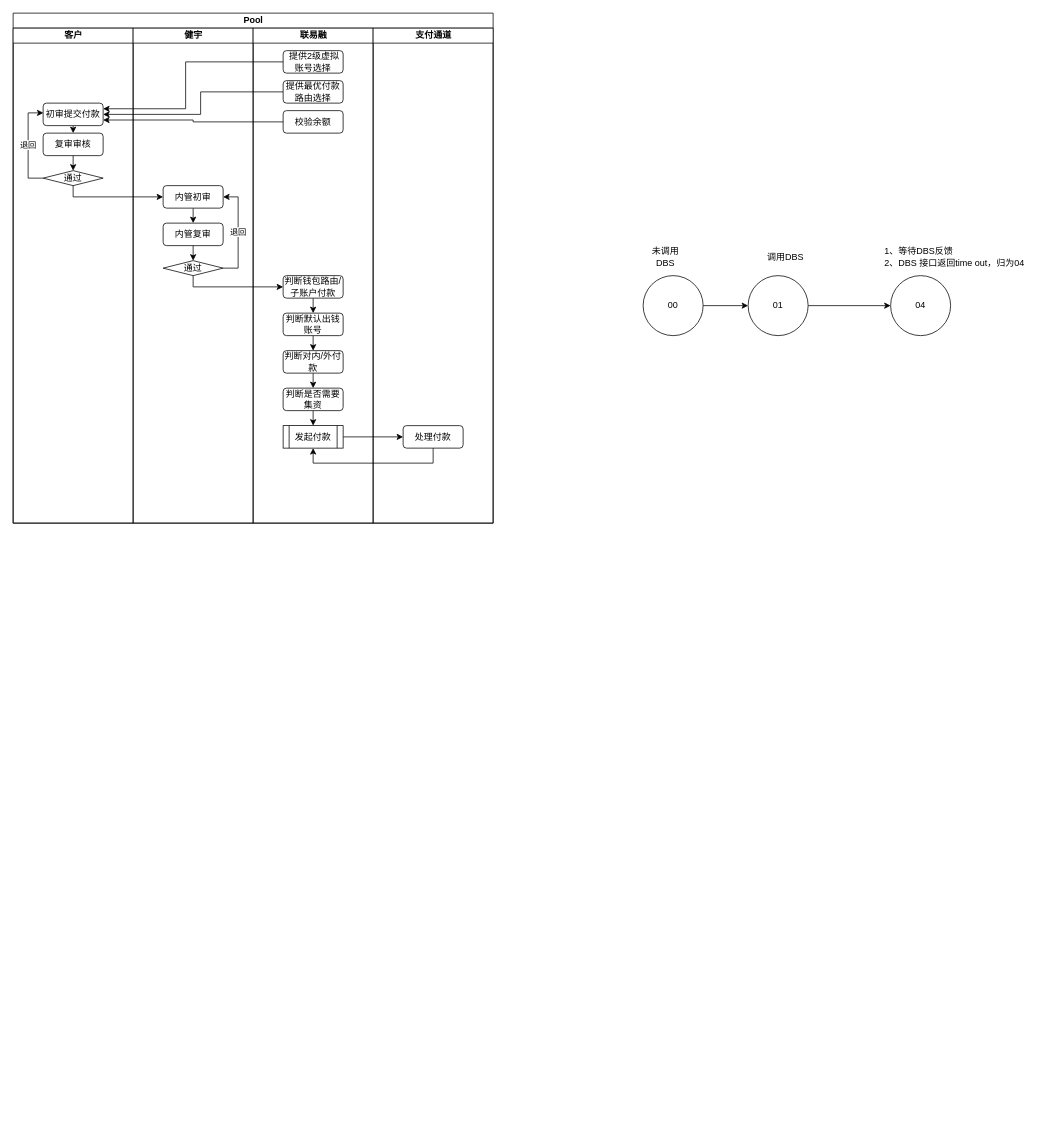
Earlier version of the draw.io diagram LLSI/正常付款/扣除手续费流程.drawio (0573xieguojia/To-program). Source tidied: cells renumbered, new cells numbered last; positions are measured from the earlier drawing's top-left corner, leaving out a move shared by most shapes. Both pictures are drawn from the tidied source at 75%, with x=0, y=0 at pixel (13, 13).
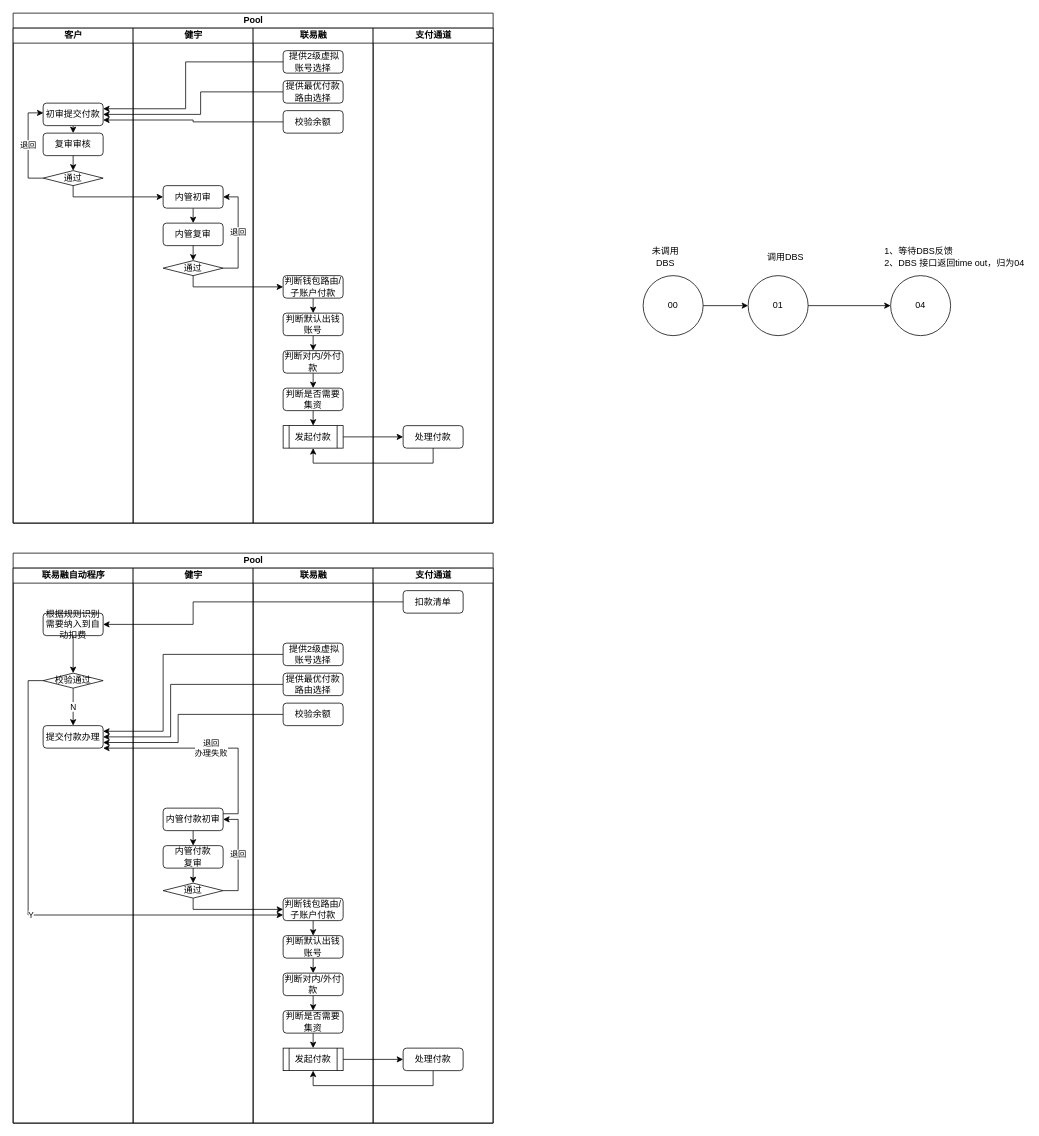
Above is the later version.

Commit message (it also covers changes not shown here):
更新扣除手续费流程.drawio

Change to the diagram source:
```diff
@@
+    <mxCell id="47" value="Pool" style="swimlane;startSize=20;html=1;" parent="1" vertex="1">
+      <mxGeometry y="720" width="640" height="760" as="geometry" />
+    </mxCell>
+    <mxCell id="48" style="edgeStyle=orthogonalEdgeStyle;rounded=0;jettySize=auto;html=1;exitX=0.5;exitY=1;exitDx=0;exitDy=0;entryX=0;entryY=0.5;entryDx=0;entryDy=0;" parent="47" edge="1" source="64" target="68">
+      <mxGeometry relative="1" as="geometry">
+        <Array as="points">
+          <mxPoint x="240" y="475" />
+        </Array>
+      </mxGeometry>
+    </mxCell>
+    <mxCell id="49" style="edgeStyle=orthogonalEdgeStyle;rounded=0;jettySize=auto;html=1;exitX=0;exitY=0.5;exitDx=0;exitDy=0;entryX=1;entryY=0.25;entryDx=0;entryDy=0;" parent="47" edge="1" source="75" target="54">
+      <mxGeometry relative="1" as="geometry">
+        <Array as="points">
+          <mxPoint x="200" y="135" />
+          <mxPoint x="200" y="238" />
+        </Array>
+      </mxGeometry>
+    </mxCell>
+    <mxCell id="50" style="edgeStyle=orthogonalEdgeStyle;rounded=0;jettySize=auto;html=1;exitX=0;exitY=0.5;exitDx=0;exitDy=0;entryX=1;entryY=0.5;entryDx=0;entryDy=0;" parent="47" edge="1" source="76" target="54">
+      <mxGeometry relative="1" as="geometry">
+        <Array as="points">
+          <mxPoint x="210" y="175" />
+          <mxPoint x="210" y="245" />
+        </Array>
+      </mxGeometry>
+    </mxCell>
+    <mxCell id="51" style="edgeStyle=orthogonalEdgeStyle;rounded=0;jettySize=auto;html=1;exitX=0;exitY=0.5;exitDx=0;exitDy=0;entryX=1;entryY=0.75;entryDx=0;entryDy=0;" parent="47" edge="1" source="77" target="54">
+      <mxGeometry relative="1" as="geometry">
+        <Array as="points">
+          <mxPoint x="220" y="215" />
+          <mxPoint x="220" y="253" />
+        </Array>
+      </mxGeometry>
+    </mxCell>
+    <mxCell id="52" style="edgeStyle=orthogonalEdgeStyle;rounded=0;jettySize=auto;html=1;exitX=0.5;exitY=1;exitDx=0;exitDy=0;entryX=0.5;entryY=1;entryDx=0;entryDy=0;" parent="47" edge="1" source="81" target="79">
+      <mxGeometry relative="1" as="geometry" />
+    </mxCell>
+    <mxCell id="53" value="联易融自动程序" style="swimlane;startSize=20;html=1;" parent="47" vertex="1">
+      <mxGeometry y="20" width="160" height="740" as="geometry" />
+    </mxCell>
+    <mxCell id="54" value="提交付款办理" style="rounded=1;whiteSpace=wrap;html=1;" parent="53" vertex="1">
+      <mxGeometry x="40" y="210" width="80" height="30" as="geometry" />
+    </mxCell>
+    <mxCell id="55" value="N" style="edgeStyle=orthogonalEdgeStyle;rounded=0;jettySize=auto;html=1;exitX=0.5;exitY=1;exitDx=0;exitDy=0;entryX=0.5;entryY=0;entryDx=0;entryDy=0;" parent="53" edge="1" source="56" target="54">
+      <mxGeometry relative="1" as="geometry" />
+    </mxCell>
+    <mxCell id="56" value="校验通过" style="rhombus;whiteSpace=wrap;html=1;" parent="53" vertex="1">
+      <mxGeometry x="40" y="140" width="80" height="20" as="geometry" />
+    </mxCell>
+    <mxCell id="57" style="edgeStyle=orthogonalEdgeStyle;rounded=0;jettySize=auto;html=1;exitX=0.5;exitY=1;exitDx=0;exitDy=0;entryX=0.5;entryY=0;entryDx=0;entryDy=0;" parent="53" edge="1" source="58" target="56">
+      <mxGeometry relative="1" as="geometry" />
+    </mxCell>
+    <mxCell id="58" value="根据规则识别需要纳入到自动扣费" style="rounded=1;whiteSpace=wrap;html=1;" parent="53" vertex="1">
+      <mxGeometry x="40" y="60" width="80" height="30" as="geometry" />
+    </mxCell>
+    <mxCell id="59" value="健宇" style="swimlane;startSize=20;html=1;" parent="47" vertex="1">
+      <mxGeometry x="160" y="20" width="160" height="740" as="geometry" />
+    </mxCell>
+    <mxCell id="60" style="edgeStyle=orthogonalEdgeStyle;rounded=0;jettySize=auto;html=1;exitX=0.5;exitY=1;exitDx=0;exitDy=0;entryX=0.5;entryY=0;entryDx=0;entryDy=0;" parent="59" edge="1" source="61" target="62">
+      <mxGeometry relative="1" as="geometry" />
+    </mxCell>
+    <mxCell id="61" value="内管付款初审" style="rounded=1;whiteSpace=wrap;html=1;" parent="59" vertex="1">
+      <mxGeometry x="40" y="320" width="80" height="30" as="geometry" />
+    </mxCell>
+    <mxCell id="62" value="内管付款&lt;br&gt;复审" style="rounded=1;whiteSpace=wrap;html=1;" parent="59" vertex="1">
+      <mxGeometry x="40" y="370" width="80" height="30" as="geometry" />
+    </mxCell>
+    <mxCell id="63" value="退回" style="edgeStyle=orthogonalEdgeStyle;rounded=0;jettySize=auto;html=1;exitX=1;exitY=0.5;exitDx=0;exitDy=0;entryX=1;entryY=0.5;entryDx=0;entryDy=0;" parent="59" edge="1" source="64" target="61">
+      <mxGeometry relative="1" as="geometry" />
+    </mxCell>
+    <mxCell id="64" value="通过" style="rhombus;whiteSpace=wrap;html=1;" parent="59" vertex="1">
+      <mxGeometry x="40" y="420" width="80" height="20" as="geometry" />
+    </mxCell>
+    <mxCell id="65" style="edgeStyle=orthogonalEdgeStyle;rounded=0;jettySize=auto;html=1;exitX=0.5;exitY=1;exitDx=0;exitDy=0;entryX=0.5;entryY=0;entryDx=0;entryDy=0;" parent="59" edge="1" source="62" target="64">
+      <mxGeometry relative="1" as="geometry" />
+    </mxCell>
+    <mxCell id="66" value="联易融" style="swimlane;startSize=20;html=1;" parent="47" vertex="1">
+      <mxGeometry x="320" y="20" width="160" height="740" as="geometry" />
+    </mxCell>
+    <mxCell id="67" style="edgeStyle=orthogonalEdgeStyle;rounded=0;jettySize=auto;html=1;exitX=0.5;exitY=1;exitDx=0;exitDy=0;entryX=0.5;entryY=0;entryDx=0;entryDy=0;" parent="66" edge="1" source="68" target="70">
+      <mxGeometry relative="1" as="geometry" />
+    </mxCell>
+    <mxCell id="68" value="判断钱包路由/子账户付款" style="rounded=1;whiteSpace=wrap;html=1;" parent="66" vertex="1">
+      <mxGeometry x="40" y="440" width="80" height="30" as="geometry" />
+    </mxCell>
+    <mxCell id="69" style="edgeStyle=orthogonalEdgeStyle;rounded=0;jettySize=auto;html=1;exitX=0.5;exitY=1;exitDx=0;exitDy=0;entryX=0.5;entryY=0;entryDx=0;entryDy=0;" parent="66" edge="1" source="70" target="72">
+      <mxGeometry relative="1" as="geometry" />
+    </mxCell>
+    <mxCell id="70" value="判断默认出钱账号" style="rounded=1;whiteSpace=wrap;html=1;" parent="66" vertex="1">
+      <mxGeometry x="40" y="490" width="80" height="30" as="geometry" />
+    </mxCell>
+    <mxCell id="71" style="edgeStyle=orthogonalEdgeStyle;rounded=0;jettySize=auto;html=1;exitX=0.5;exitY=1;exitDx=0;exitDy=0;entryX=0.5;entryY=0;entryDx=0;entryDy=0;" parent="66" edge="1" source="72" target="74">
+      <mxGeometry relative="1" as="geometry" />
+    </mxCell>
+    <mxCell id="72" value="判断对内/外付款" style="rounded=1;whiteSpace=wrap;html=1;" parent="66" vertex="1">
+      <mxGeometry x="40" y="540" width="80" height="30" as="geometry" />
+    </mxCell>
+    <mxCell id="73" style="edgeStyle=orthogonalEdgeStyle;rounded=0;jettySize=auto;html=1;exitX=0.5;exitY=1;exitDx=0;exitDy=0;entryX=0.5;entryY=0;entryDx=0;entryDy=0;" parent="66" edge="1" source="74" target="79">
+      <mxGeometry relative="1" as="geometry" />
+    </mxCell>
+    <mxCell id="74" value="判断是否需要集资" style="rounded=1;whiteSpace=wrap;html=1;" parent="66" vertex="1">
+      <mxGeometry x="40" y="590" width="80" height="30" as="geometry" />
+    </mxCell>
+    <mxCell id="75" value="&amp;nbsp;提供2级虚拟账号选择" style="rounded=1;whiteSpace=wrap;html=1;" parent="66" vertex="1">
+      <mxGeometry x="40" y="100" width="80" height="30" as="geometry" />
+    </mxCell>
+    <mxCell id="76" value="提供最优付款路由选择" style="rounded=1;whiteSpace=wrap;html=1;" parent="66" vertex="1">
+      <mxGeometry x="40" y="140" width="80" height="30" as="geometry" />
+    </mxCell>
+    <mxCell id="77" value="校验余额" style="rounded=1;whiteSpace=wrap;html=1;" parent="66" vertex="1">
+      <mxGeometry x="40" y="180" width="80" height="30" as="geometry" />
+    </mxCell>
+    <mxCell id="78" style="edgeStyle=orthogonalEdgeStyle;rounded=0;jettySize=auto;html=1;exitX=1;exitY=0.5;exitDx=0;exitDy=0;" parent="66" edge="1" source="79">
+      <mxGeometry relative="1" as="geometry">
+        <mxPoint x="200" y="655" as="targetPoint" />
+      </mxGeometry>
+    </mxCell>
+    <mxCell id="79" value="发起付款" style="shape=process;whiteSpace=wrap;html=1;backgroundOutline=1;" parent="66" vertex="1">
+      <mxGeometry x="40" y="640" width="80" height="30" as="geometry" />
+    </mxCell>
+    <mxCell id="80" value="支付通道" style="swimlane;startSize=20;html=1;" parent="47" vertex="1">
+      <mxGeometry x="480" y="20" width="160" height="740" as="geometry" />
+    </mxCell>
+    <mxCell id="81" value="处理付款" style="rounded=1;whiteSpace=wrap;html=1;" parent="80" vertex="1">
+      <mxGeometry x="40" y="640" width="80" height="30" as="geometry" />
+    </mxCell>
+    <mxCell id="82" value="扣款清单" style="rounded=1;whiteSpace=wrap;html=1;" parent="80" vertex="1">
+      <mxGeometry x="40" y="30" width="80" height="30" as="geometry" />
+    </mxCell>
+    <mxCell id="83" style="edgeStyle=orthogonalEdgeStyle;rounded=0;jettySize=auto;html=1;exitX=0;exitY=0.5;exitDx=0;exitDy=0;entryX=1;entryY=0.5;entryDx=0;entryDy=0;" parent="47" edge="1" source="82" target="58">
+      <mxGeometry relative="1" as="geometry">
+        <Array as="points">
+          <mxPoint x="240" y="65" />
+          <mxPoint x="240" y="95" />
+        </Array>
+      </mxGeometry>
+    </mxCell>
+    <mxCell id="84" value="退回&lt;br&gt;办理失败" style="edgeStyle=orthogonalEdgeStyle;rounded=0;jettySize=auto;html=1;exitX=1;exitY=0.25;exitDx=0;exitDy=0;entryX=1;entryY=1;entryDx=0;entryDy=0;" parent="47" edge="1" source="61" target="54">
+      <mxGeometry relative="1" as="geometry">
+        <Array as="points">
+          <mxPoint x="300" y="348" />
+          <mxPoint x="300" y="260" />
+        </Array>
+      </mxGeometry>
+    </mxCell>
+    <mxCell id="85" value="Y" style="edgeStyle=orthogonalEdgeStyle;rounded=0;jettySize=auto;html=1;exitX=0;exitY=0.5;exitDx=0;exitDy=0;entryX=0;entryY=0.75;entryDx=0;entryDy=0;" parent="47" edge="1" source="56" target="68">
+      <mxGeometry relative="1" as="geometry" />
+    </mxCell>
```
